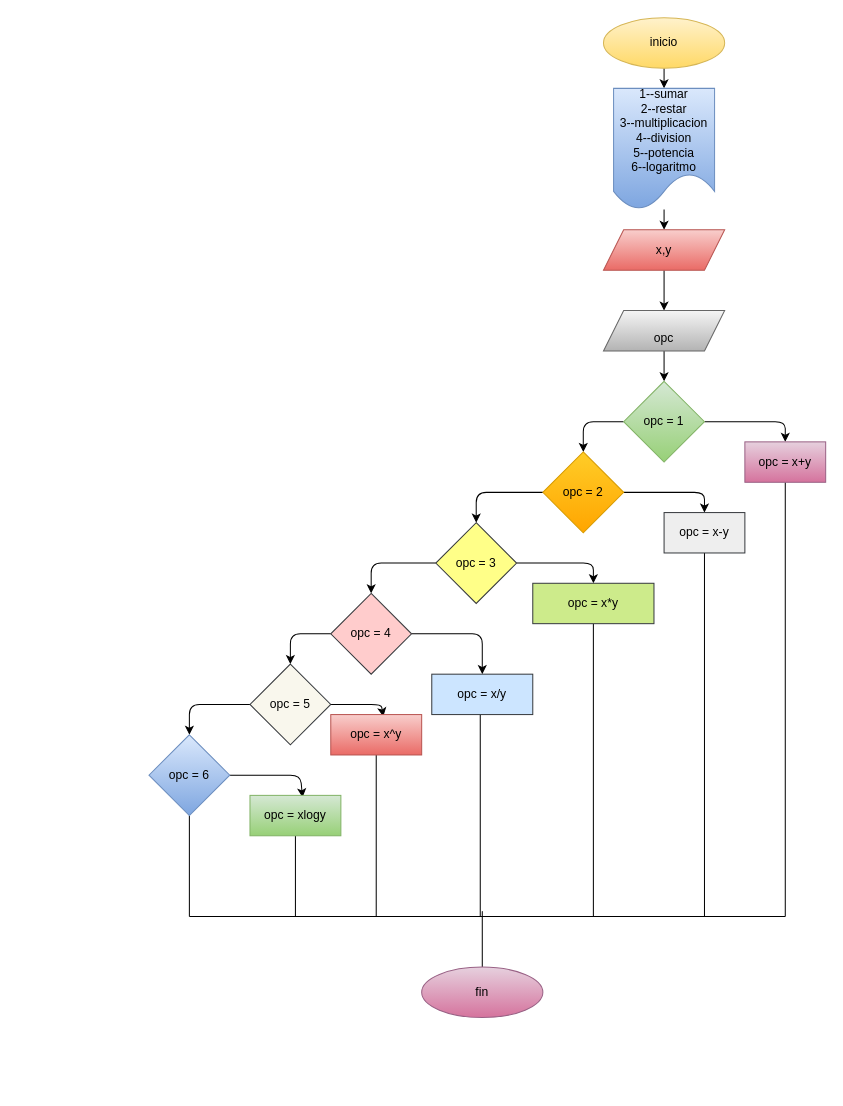
The draw.io diagram page "Página-1" (1 of 2) of diagrama.drawio in jhonmendez17092009/Mini_Calcudora_Guanentino, before the edit. Source tidied: cells renumbered, new cells numbered last; positions are measured from the earlier drawing's top-left corner, leaving out a move shared by most shapes. Both pictures are drawn from the tidied source at 101%, with x=0, y=0 at pixel (148, 17).
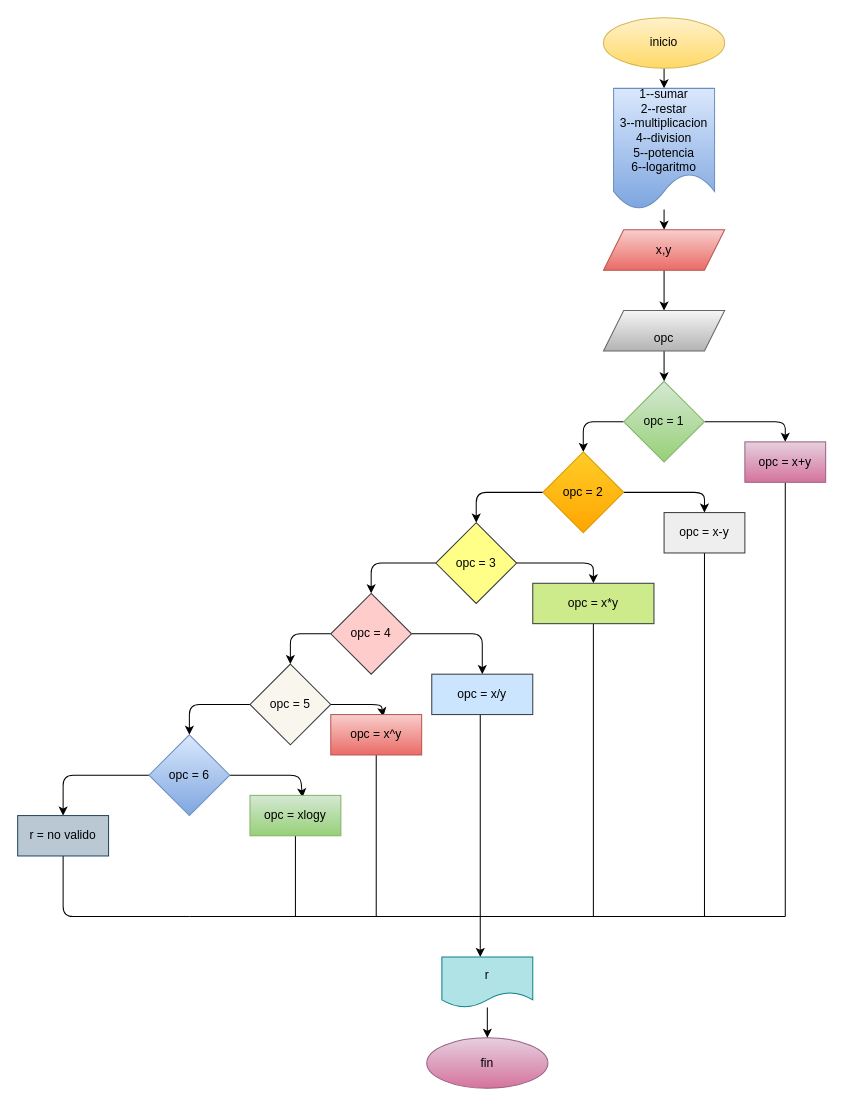
The same diagram, later.

Unchanged cells that the change refers to:
```xml
<mxCell id="39" value="&lt;font color=&quot;#000000&quot;&gt;opc = 6&lt;/font&gt;" style="rhombus;whiteSpace=wrap;html=1;fillColor=#dae8fc;gradientColor=#7ea6e0;strokeColor=#6c8ebf;" parent="1" vertex="1">
  <mxGeometry y="710" width="80" height="80" as="geometry" />
</mxCell>
```

Diff of the diagram source:
```diff
@@
-    <mxCell id="28" style="edgeStyle=none;html=1;exitX=0.5;exitY=1;exitDx=0;exitDy=0;fontColor=#000000;endArrow=none;endFill=0;" parent="1" edge="1">
+    <mxCell id="28" style="edgeStyle=none;html=1;exitX=0.5;exitY=1;exitDx=0;exitDy=0;fontColor=#000000;endArrow=classic;endFill=1;" parent="1" edge="1">
       <mxGeometry relative="1" as="geometry">
         <mxPoint x="328" y="690" as="sourcePoint" />
-        <mxPoint x="328" y="890" as="targetPoint" />
+        <mxPoint x="328" y="930" as="targetPoint" />
       </mxGeometry>
     </mxCell>
@@
-    <mxCell id="34" style="edgeStyle=none;html=1;fontColor=#000000;endArrow=none;endFill=0;" parent="1" edge="1">
-      <mxGeometry relative="1" as="geometry">
-        <mxPoint x="330" y="940" as="sourcePoint" />
-        <mxPoint x="330" y="940" as="targetPoint" />
-        <Array as="points">
-          <mxPoint x="330" y="880" />
-        </Array>
-      </mxGeometry>
-    </mxCell>
@@
-    <mxCell id="37" style="edgeStyle=none;html=1;exitX=0.5;exitY=1;exitDx=0;exitDy=0;fontColor=#000000;endArrow=none;endFill=0;" parent="1" edge="1" source="39">
-      <mxGeometry relative="1" as="geometry">
-        <mxPoint x="40" y="890" as="targetPoint" />
-      </mxGeometry>
-    </mxCell>
@@
+    <mxCell id="43" style="edgeStyle=none;html=1;endArrow=classic;endFill=1;" parent="1" edge="1" source="39" target="45">
+      <mxGeometry relative="1" as="geometry">
+        <Array as="points">
+          <mxPoint x="-85" y="750" />
+        </Array>
+      </mxGeometry>
+    </mxCell>
@@
     <mxCell id="42" value="&lt;font color=&quot;#000000&quot;&gt;fin&lt;/font&gt;" style="ellipse;whiteSpace=wrap;html=1;fillColor=#e6d0de;gradientColor=#d5739d;strokeColor=#996185;" parent="1" vertex="1">
-      <mxGeometry x="270" y="940" width="120" height="50" as="geometry" />
+      <mxGeometry x="275" y="1010" width="120" height="50" as="geometry" />
     </mxCell>
+    <mxCell id="44" style="edgeStyle=none;html=1;exitX=0.5;exitY=1;exitDx=0;exitDy=0;fontColor=#000000;endArrow=none;endFill=0;" parent="1" edge="1" source="45">
+      <mxGeometry relative="1" as="geometry">
+        <mxPoint x="40" y="890" as="targetPoint" />
+        <Array as="points">
+          <mxPoint x="-85" y="890" />
+        </Array>
+      </mxGeometry>
+    </mxCell>
+    <mxCell id="45" value="&lt;font color=&quot;#000000&quot;&gt;r = no valido&lt;/font&gt;" style="whiteSpace=wrap;html=1;fillColor=#bac8d3;strokeColor=#23445d;" parent="1" vertex="1">
+      <mxGeometry x="-130" y="790" width="90" height="40" as="geometry" />
+    </mxCell>
+    <mxCell id="46" style="edgeStyle=none;html=1;fontColor=#000000;endArrow=classic;endFill=1;" parent="1" edge="1" source="47" target="42">
+      <mxGeometry relative="1" as="geometry" />
+    </mxCell>
+    <mxCell id="47" value="&lt;font color=&quot;#000000&quot;&gt;r&lt;/font&gt;" style="shape=document;whiteSpace=wrap;html=1;boundedLbl=1;fillColor=#b0e3e6;strokeColor=#0e8088;" parent="1" vertex="1">
+      <mxGeometry x="290" y="930" width="90" height="50" as="geometry" />
+    </mxCell>
```
